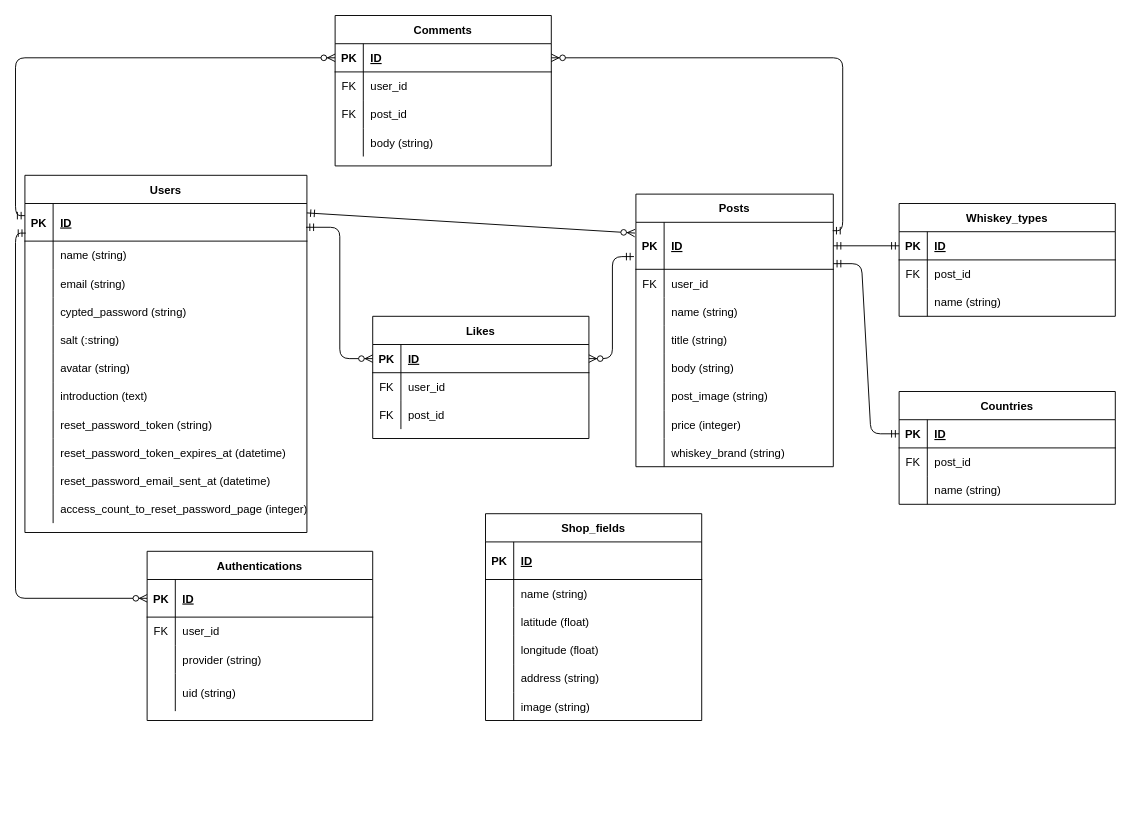
Earlier version of the draw.io diagram ER図.drawio (Daiya199778/WHISKER). Source tidied: cells renumbered, new cells numbered last; positions are measured from the earlier drawing's top-left corner, leaving out a move shared by most shapes. Both pictures are drawn from the tidied source at 94%, with x=0, y=0 at pixel (24, 15).
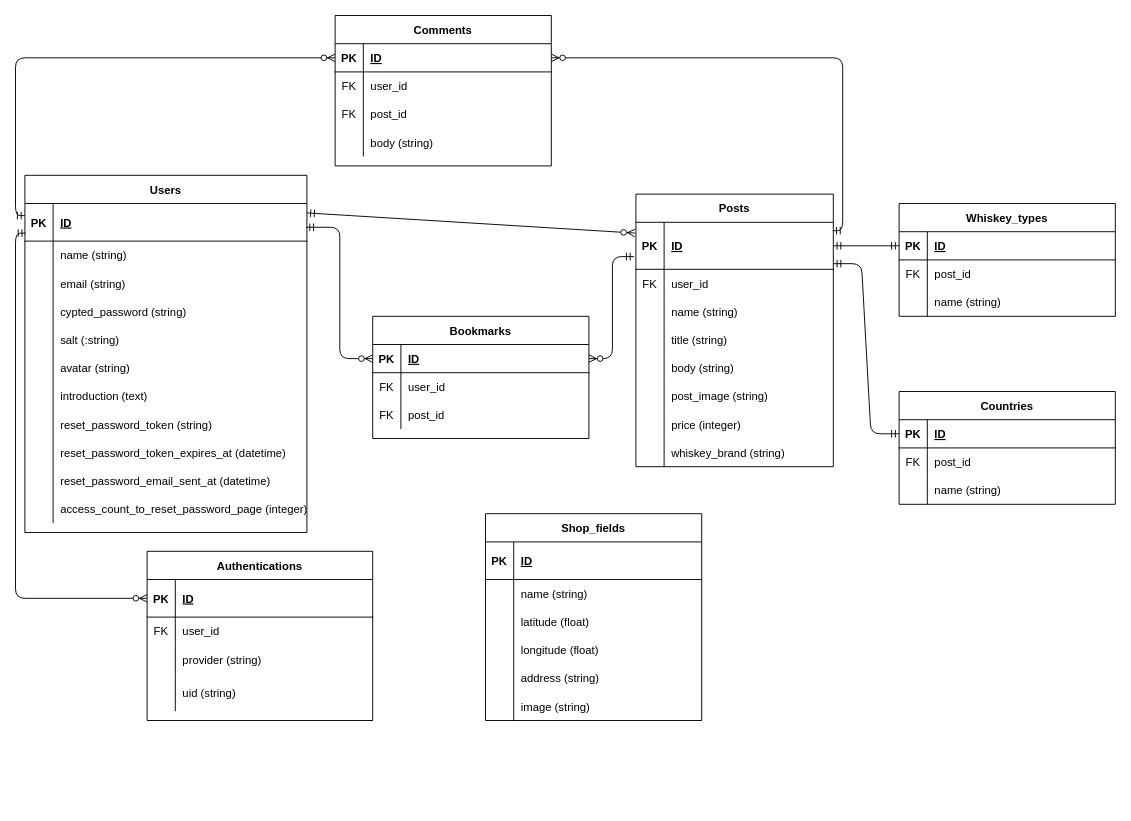
The same diagram, later.

Commit message (it also covers changes not shown here):
ER図_テーブル名の変更とReadmeも修正

Diff of the diagram source:
```diff
@@
-    <mxCell id="36" value="Likes" style="shape=table;startSize=30;childLayout=tableLayout;rowLines=0;fontStyle=1;align=center;" parent="1" vertex="1">
+    <mxCell id="36" value="Bookmarks" style="shape=table;startSize=30;childLayout=tableLayout;rowLines=0;fontStyle=1;align=center;" parent="1" vertex="1">
       <mxGeometry x="370" y="320" width="230" height="130" as="geometry" />
     </mxCell>
```
